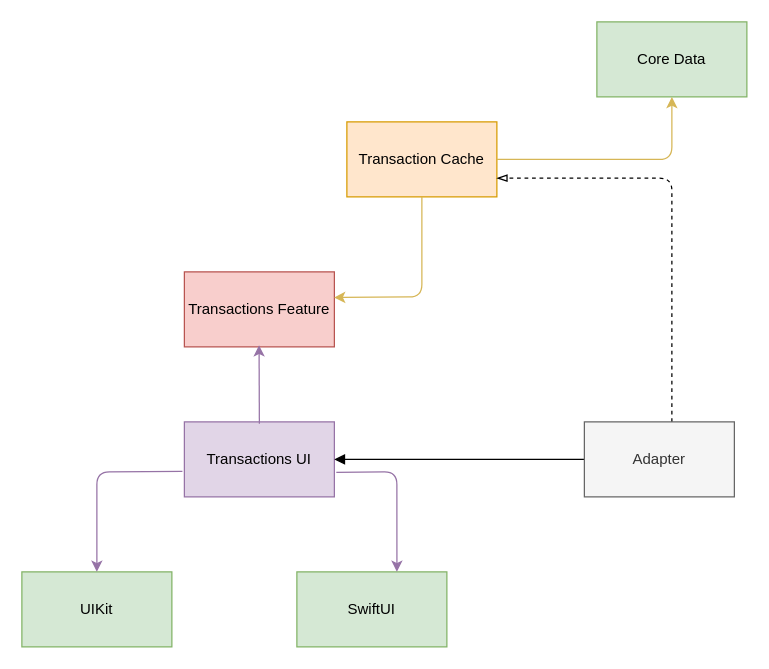
Before: architecture - notes.drawio in arifinfrds/iOS-Swift-Notes-EssentialDeveloper-Mentoring, a draw.io diagram. Source tidied: cells renumbered, new cells numbered last; positions are measured from the earlier drawing's top-left corner, leaving out a move shared by most shapes. Both pictures are drawn from the tidied source at 125%, with x=0, y=0 at pixel (21, 21).
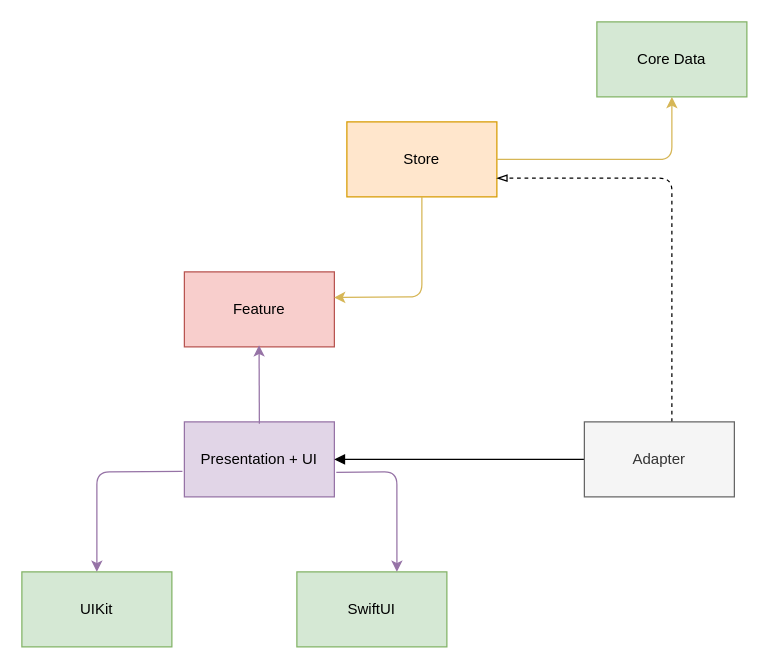
The same diagram, later.

Commit message (it also covers changes not shown here):
replace diagram

Diff of the diagram source:
```diff
@@
-    <mxCell id="3" value="Transactions UI" style="rounded=0;whiteSpace=wrap;html=1;strokeColor=#9673a6;fillColor=#e1d5e7;" parent="1" vertex="1">
+    <mxCell id="3" value="Presentation + UI" style="rounded=0;whiteSpace=wrap;html=1;strokeColor=#9673a6;fillColor=#e1d5e7;" parent="1" vertex="1">
       <mxGeometry x="130" y="320" width="120" height="60" as="geometry" />
     </mxCell>
-    <mxCell id="4" value="Transactions Feature" style="rounded=0;whiteSpace=wrap;html=1;strokeColor=#b85450;fillColor=#f8cecc;" parent="1" vertex="1">
+    <mxCell id="4" value="Feature" style="rounded=0;whiteSpace=wrap;html=1;strokeColor=#b85450;fillColor=#f8cecc;" parent="1" vertex="1">
       <mxGeometry x="130" y="200" width="120" height="60" as="geometry" />
     </mxCell>
-    <mxCell id="5" value="Transaction Cache" style="rounded=0;whiteSpace=wrap;html=1;strokeColor=#d79b00;fillColor=#ffe6cc;" parent="1" vertex="1">
+    <mxCell id="5" value="Store" style="rounded=0;whiteSpace=wrap;html=1;strokeColor=#d79b00;fillColor=#ffe6cc;" parent="1" vertex="1">
       <mxGeometry x="260" y="80" width="120" height="60" as="geometry" />
     </mxCell>
```
